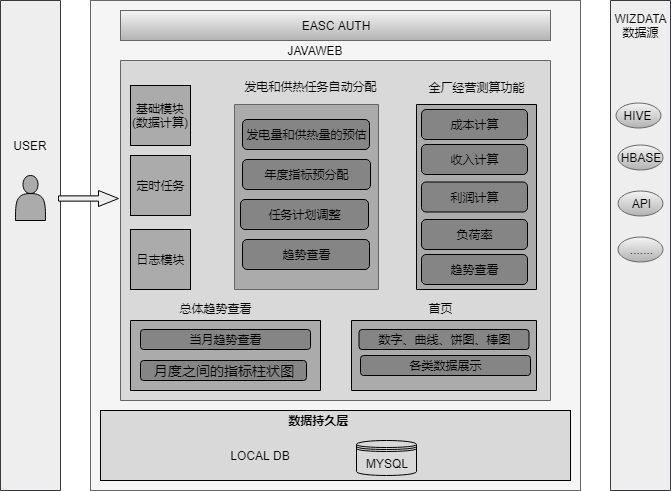
Before: 智慧营销.png, a diagram exported from draw.io (hackerpangdaxing/architecture-diagram-). Source tidied: cells renumbered, new cells last; positions are measured from the earlier drawing's top-left corner, leaving out a move shared by most shapes.
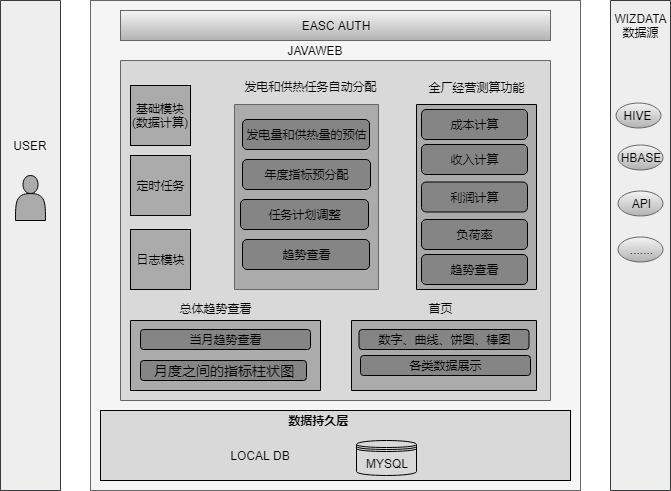
The same file after the commit.

Diff of the diagram source:
```diff
@@ -113,9 +113,6 @@
     <mxCell id="38" value="&lt;h4&gt;&lt;span style=&quot;font-weight: normal&quot;&gt;趋势查看&lt;/span&gt;&lt;/h4&gt;" style="rounded=1;whiteSpace=wrap;html=1;fillColor=#858585;gradientColor=none;" parent="1" vertex="1">
       <mxGeometry x="242" y="239" width="127" height="30" as="geometry" />
     </mxCell>
-    <mxCell id="39" style="html=1;shadow=0;dashed=0;align=center;verticalAlign=middle;shape=mxgraph.arrows2.arrow;dy=0.67;dx=20;notch=0;fillColor=#EDEDED;gradientColor=none;" parent="1" vertex="1">
-      <mxGeometry x="58" y="190" width="60" height="16" as="geometry" />
-    </mxCell>
     <mxCell id="40" value="......." style="ellipse;whiteSpace=wrap;html=1;gradientColor=#b3b3b3;fillColor=#f5f5f5;strokeColor=#666666;" parent="1" vertex="1">
       <mxGeometry x="617.5" y="236" width="45" height="25" as="geometry" />
     </mxCell>
```
